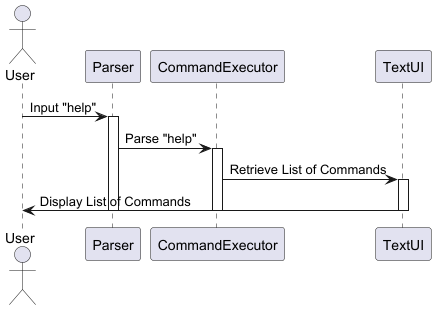
This is docs/diagrams/Help_Sequence.png from EdwinTun98/tp, a PlantUML export, as it was before one commit.
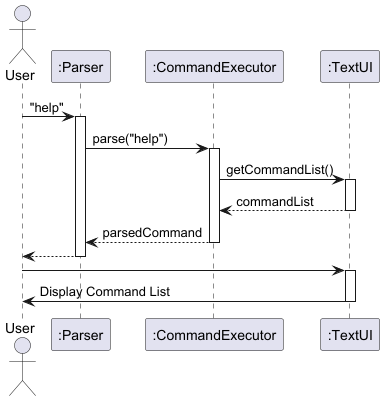
The same diagram one commit later.

The edit, as a diff of the source:
```diff
@@ -1,17 +1,29 @@
 @startuml
 actor User
-User -> Parser : Input "help"
+participant Parser as ":Parser"
+participant CommandExecutor as ":CommandExecutor"
+participant TextUI as ":TextUI"
+
+User -> Parser : "help"
 activate Parser
 
-Parser -> CommandExecutor : Parse "help"
+Parser -> CommandExecutor : parse("help")
 activate CommandExecutor
 
-CommandExecutor -> TextUI : Retrieve List of Commands
+CommandExecutor -> TextUI : getCommandList()
 activate TextUI
 
-TextUI -> User : Display List of Commands
+TextUI --> CommandExecutor : commandList
 deactivate TextUI
 
+CommandExecutor --> Parser : parsedCommand
 deactivate CommandExecutor
+
+Parser --> User :
 deactivate Parser
+
+User -> TextUI :
+activate TextUI
+TextUI -> User : Display Command List
+deactivate TextUI
 @enduml
```
